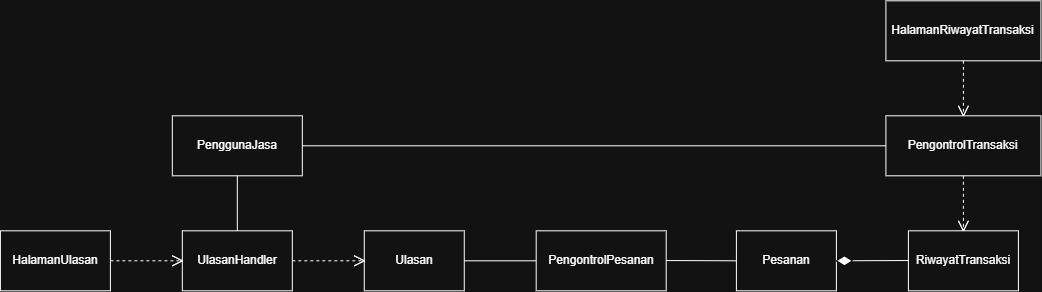
The draw.io diagram docs/M4/assets/diagram/UC14.png in EdwTorch/IF2150-RPL-K01-G03, before a commit. Source tidied: cells renumbered, new cells last; positions are measured from the earlier drawing's top-left corner, leaving out a move shared by most shapes. The source it was exported from:
```xml
<mxGraphModel>
  <root>
    <mxCell id="0" />
    <mxCell id="1" parent="0" />
    <mxCell id="2" value="HalamanUlasan" style="rounded=0;whiteSpace=wrap;html=1;" parent="1" vertex="1">
      <mxGeometry y="230" width="110" height="60" as="geometry" />
    </mxCell>
    <mxCell id="3" value="UlasanHandler" style="rounded=0;whiteSpace=wrap;html=1;" parent="1" vertex="1">
      <mxGeometry x="181.9" y="230" width="110" height="60" as="geometry" />
    </mxCell>
    <mxCell id="4" value="Ulasan" style="rounded=0;whiteSpace=wrap;html=1;" parent="1" vertex="1">
      <mxGeometry x="363.9" y="230" width="100" height="60" as="geometry" />
    </mxCell>
    <mxCell id="5" value="Pesanan" style="rounded=0;whiteSpace=wrap;html=1;" parent="1" vertex="1">
      <mxGeometry x="736" y="230" width="100" height="60" as="geometry" />
    </mxCell>
    <mxCell id="6" value="RiwayatTransaksi" style="rounded=0;whiteSpace=wrap;html=1;" parent="1" vertex="1">
      <mxGeometry x="908" y="230" width="110" height="60" as="geometry" />
    </mxCell>
    <mxCell id="7" style="endArrow=none;html=1;rounded=0;exitX=1;exitY=0.5;exitDx=0;exitDy=0;entryX=0;entryY=0.5;entryDx=0;entryDy=0;" parent="1" edge="1" source="5">
      <mxGeometry relative="1" as="geometry">
        <mxPoint x="908" y="259.7" as="targetPoint" />
      </mxGeometry>
    </mxCell>
    <mxCell id="8" value="PengontrolTransaksi" style="rounded=0;whiteSpace=wrap;html=1;" parent="1" vertex="1">
      <mxGeometry x="885.5" y="115" width="155" height="60" as="geometry" />
    </mxCell>
    <mxCell id="9" value="HalamanRiwayatTransaksi" style="rounded=0;whiteSpace=wrap;html=1;" parent="1" vertex="1">
      <mxGeometry x="885.5" width="155" height="60" as="geometry" />
    </mxCell>
    <mxCell id="10" value="PenggunaJasa" style="rounded=0;whiteSpace=wrap;html=1;" parent="1" vertex="1">
      <mxGeometry x="171.9" y="115" width="130" height="60" as="geometry" />
    </mxCell>
    <mxCell id="11" style="endArrow=none;html=1;rounded=0;exitX=0.5;exitY=0;exitDx=0;exitDy=0;entryX=0.5;entryY=1;entryDx=0;entryDy=0;" parent="1" edge="1" source="3" target="10">
      <mxGeometry relative="1" as="geometry" />
    </mxCell>
    <mxCell id="12" style="endArrow=none;html=1;rounded=0;exitX=1;exitY=0.5;exitDx=0;exitDy=0;entryX=0;entryY=0.5;entryDx=0;entryDy=0;" parent="1" edge="1" source="10" target="8">
      <mxGeometry relative="1" as="geometry" />
    </mxCell>
    <mxCell id="13" style="endArrow=none;dashed=1;html=1;rounded=0;entryX=0;entryY=0.5;entryDx=0;entryDy=0;exitX=1;exitY=0.5;exitDx=0;exitDy=0;" parent="1" edge="1" source="2" target="3">
      <mxGeometry relative="1" as="geometry" />
    </mxCell>
    <mxCell id="14" style="shape=step;perimeter=stepPerimeter;whiteSpace=wrap;html=1;shapeInside=1;fixedSize=1;" parent="1" vertex="1">
      <mxGeometry x="171.9" y="255" width="10" height="10" as="geometry" />
    </mxCell>
    <mxCell id="15" style="endArrow=none;dashed=1;html=1;rounded=0;entryX=0;entryY=0.5;entryDx=0;entryDy=0;exitX=1;exitY=0.5;exitDx=0;exitDy=0;" parent="1" edge="1">
      <mxGeometry relative="1" as="geometry">
        <mxPoint x="291.9" y="260" as="sourcePoint" />
        <mxPoint x="363.9" y="260" as="targetPoint" />
      </mxGeometry>
    </mxCell>
    <mxCell id="16" style="shape=step;perimeter=stepPerimeter;whiteSpace=wrap;html=1;shapeInside=1;fixedSize=1;" parent="1" vertex="1">
      <mxGeometry x="353.9" y="255" width="10" height="10" as="geometry" />
    </mxCell>
    <mxCell id="17" style="endArrow=none;dashed=1;html=1;rounded=0;entryX=0.5;entryY=0;entryDx=0;entryDy=0;exitX=0.5;exitY=1;exitDx=0;exitDy=0;" parent="1" edge="1" source="9" target="8">
      <mxGeometry relative="1" as="geometry" />
    </mxCell>
    <mxCell id="18" style="shape=step;perimeter=stepPerimeter;whiteSpace=wrap;html=1;shapeInside=1;fixedSize=1;rotation=90;" parent="1" vertex="1">
      <mxGeometry x="958" y="105" width="10" height="10" as="geometry" />
    </mxCell>
    <mxCell id="19" style="endArrow=none;dashed=1;html=1;rounded=0;entryX=0.5;entryY=0;entryDx=0;entryDy=0;exitX=0.5;exitY=1;exitDx=0;exitDy=0;" parent="1" edge="1">
      <mxGeometry relative="1" as="geometry">
        <mxPoint x="963" y="175" as="sourcePoint" />
        <mxPoint x="963" y="230" as="targetPoint" />
      </mxGeometry>
    </mxCell>
    <mxCell id="20" style="shape=step;perimeter=stepPerimeter;whiteSpace=wrap;html=1;shapeInside=1;fixedSize=1;rotation=90;" parent="1" vertex="1">
      <mxGeometry x="958" y="220" width="10" height="10" as="geometry" />
    </mxCell>
    <mxCell id="21" style="rhombus;whiteSpace=wrap;html=1;shapeInside=1;fillColor=light-dark(#FFFFFF,#FFFFFF);fillStyle=solid;gradientColor=none;perimeterSpacing=2;strokeColor=light-dark(#000000,#000000);fillOpacity=100;" parent="1" vertex="1">
      <mxGeometry x="836" y="255" width="16" height="10" as="geometry" />
    </mxCell>
    <mxCell id="22" value="PengontrolPesanan" style="rounded=0;whiteSpace=wrap;html=1;" parent="1" vertex="1">
      <mxGeometry x="535.8" y="230" width="130" height="60" as="geometry" />
    </mxCell>
    <mxCell id="23" style="endArrow=none;html=1;rounded=0;exitX=1;exitY=0.5;exitDx=0;exitDy=0;entryX=0;entryY=0.5;entryDx=0;entryDy=0;" parent="1" edge="1" source="4" target="22">
      <mxGeometry relative="1" as="geometry" />
    </mxCell>
    <mxCell id="24" style="endArrow=none;html=1;rounded=0;exitX=1;exitY=0.5;exitDx=0;exitDy=0;entryX=0;entryY=0.5;entryDx=0;entryDy=0;" parent="1" edge="1" target="5">
      <mxGeometry relative="1" as="geometry">
        <mxPoint x="665.8" y="259.7" as="sourcePoint" />
      </mxGeometry>
    </mxCell>
  </root>
</mxGraphModel>
```
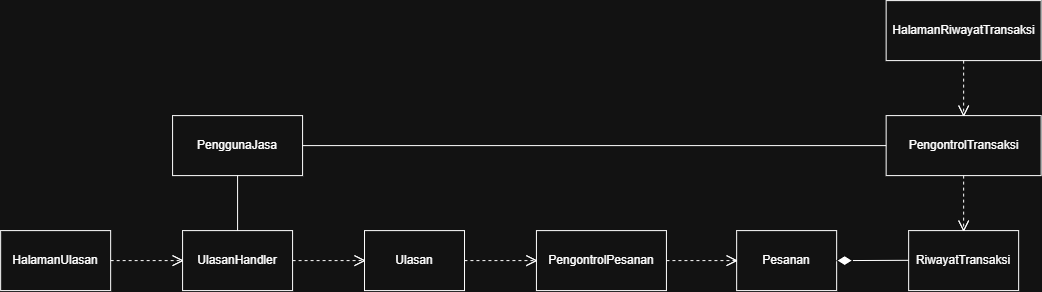
After the commit.

Commit message:
docs: revisi relasi

The edit, as a diff of the source:
```diff
@@ -73,13 +73,22 @@
     <mxCell id="22" value="PengontrolPesanan" style="rounded=0;whiteSpace=wrap;html=1;" parent="1" vertex="1">
       <mxGeometry x="535.8" y="230" width="130" height="60" as="geometry" />
     </mxCell>
-    <mxCell id="23" style="endArrow=none;html=1;rounded=0;exitX=1;exitY=0.5;exitDx=0;exitDy=0;entryX=0;entryY=0.5;entryDx=0;entryDy=0;" parent="1" edge="1" source="4" target="22">
-      <mxGeometry relative="1" as="geometry" />
-    </mxCell>
-    <mxCell id="24" style="endArrow=none;html=1;rounded=0;exitX=1;exitY=0.5;exitDx=0;exitDy=0;entryX=0;entryY=0.5;entryDx=0;entryDy=0;" parent="1" edge="1" target="5">
-      <mxGeometry relative="1" as="geometry">
-        <mxPoint x="665.8" y="259.7" as="sourcePoint" />
-      </mxGeometry>
-    </mxCell>
+    <mxCell id="25" style="endArrow=none;dashed=1;html=1;rounded=0;entryX=0;entryY=0.5;entryDx=0;entryDy=0;exitX=1;exitY=0.5;exitDx=0;exitDy=0;" parent="1" edge="1">
+      <mxGeometry relative="1" as="geometry">
+        <mxPoint x="463.8" y="260" as="sourcePoint" />
+        <mxPoint x="535.8" y="260" as="targetPoint" />
+      </mxGeometry>
+    </mxCell>
+    <mxCell id="26" style="shape=step;perimeter=stepPerimeter;whiteSpace=wrap;html=1;shapeInside=1;fixedSize=1;" parent="1" vertex="1">
+      <mxGeometry x="525.7" y="255" width="10" height="10" as="geometry" />
+    </mxCell>
+    <mxCell id="27" style="endArrow=none;dashed=1;html=1;rounded=0;entryX=0;entryY=0.5;entryDx=0;entryDy=0;exitX=1;exitY=0.5;exitDx=0;exitDy=0;" parent="1" edge="1" source="22">
+      <mxGeometry relative="1" as="geometry">
+        <mxPoint x="736" y="260" as="targetPoint" />
+      </mxGeometry>
+    </mxCell>
+    <mxCell id="28" style="shape=step;perimeter=stepPerimeter;whiteSpace=wrap;html=1;shapeInside=1;fixedSize=1;" parent="1" vertex="1">
+      <mxGeometry x="725.9" y="255" width="10" height="10" as="geometry" />
+    </mxCell>
   </root>
 </mxGraphModel>
```
